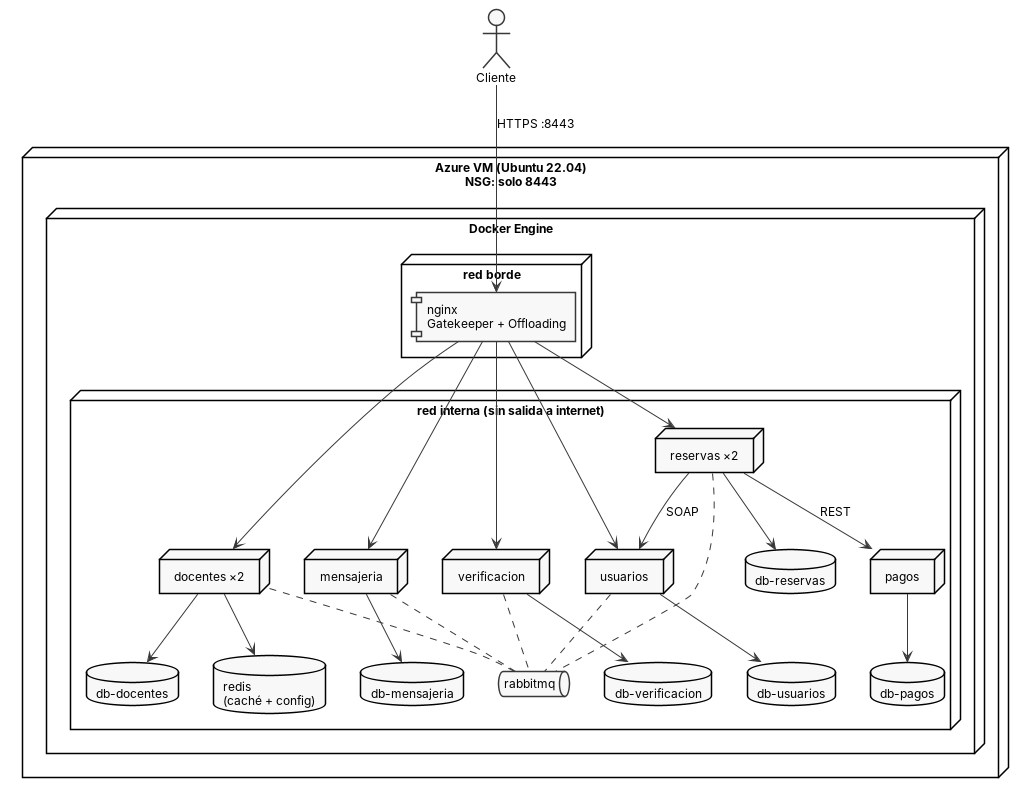
Earlier version of the PlantUML export docs/ut5/despliegue.png (SebastianCuneo/tutorYA). Its source is kept beside it as docs/ut5/despliegue.puml.
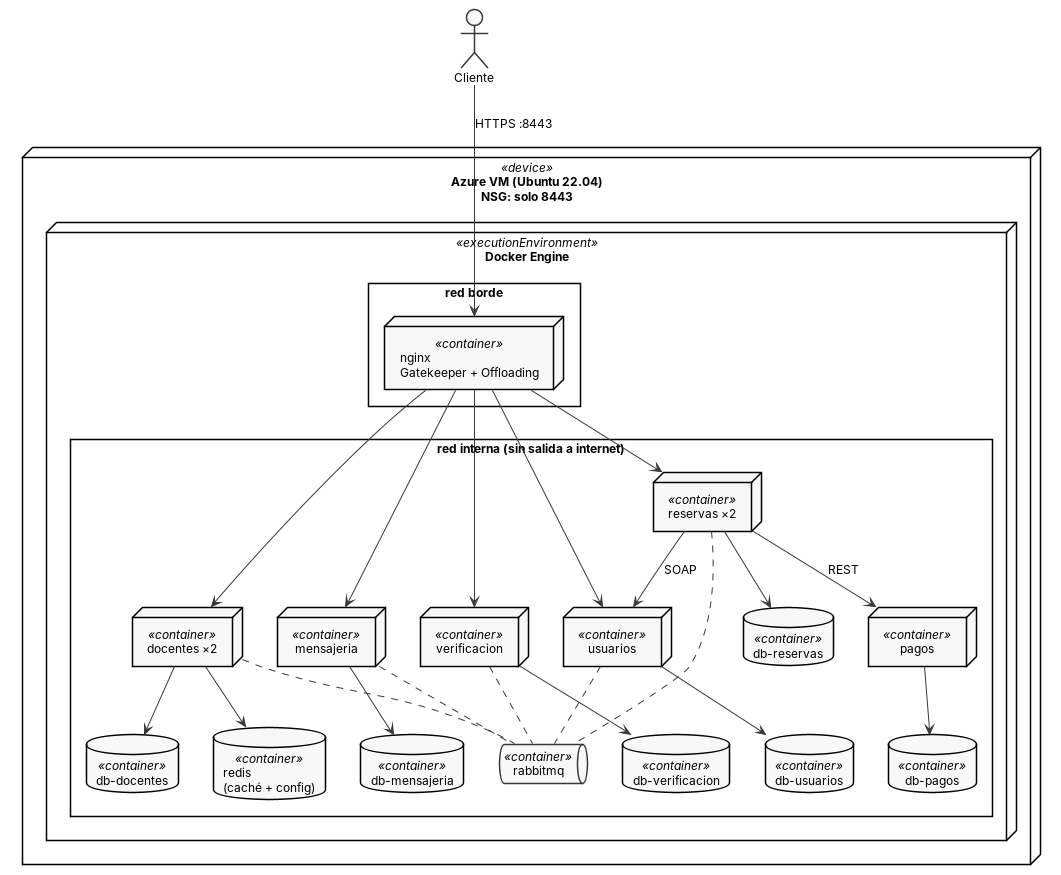
The same diagram one commit later.

Commit message:
UT5: diagrama de despliegue con estereotipos device, executionEnvironment y container

Claude-Session: https://claude.ai/code/session_01Mu2WUyvK3Cd1Sy9WUUAcde

The edit, as a diff of the source:
```diff
@@ -6,26 +6,26 @@
 skinparam backgroundColor white
 
 actor Cliente
-node "Azure VM (Ubuntu 22.04)\nNSG: solo 8443" as VM {
-  node "Docker Engine" as DE {
-    node "red borde" {
-      component "nginx\nGatekeeper + Offloading" as NG
+node "Azure VM (Ubuntu 22.04)\nNSG: solo 8443" <<device>> as VM {
+  node "Docker Engine" <<executionEnvironment>> as DE {
+    rectangle "red borde" {
+      node "nginx\nGatekeeper + Offloading" <<container>> as NG
     }
-    node "red interna (sin salida a internet)" {
-      node "usuarios" as cu
-      node "docentes ×2" as cd
-      node "mensajeria" as cm
-      node "verificacion" as cv
-      node "reservas ×2" as cr
-      node "pagos" as cp
-      database "db-usuarios" as du
-      database "db-docentes" as dd
-      database "db-mensajeria" as dm
-      database "db-verificacion" as dv
-      database "db-reservas" as dr
-      database "db-pagos" as dp
-      queue "rabbitmq" as mq
-      database "redis\n(caché + config)" as rd
+    rectangle "red interna (sin salida a internet)" {
+      node "usuarios" <<container>> as cu
+      node "docentes ×2" <<container>> as cd
+      node "mensajeria" <<container>> as cm
+      node "verificacion" <<container>> as cv
+      node "reservas ×2" <<container>> as cr
+      node "pagos" <<container>> as cp
+      database "db-usuarios" <<container>> as du
+      database "db-docentes" <<container>> as dd
+      database "db-mensajeria" <<container>> as dm
+      database "db-verificacion" <<container>> as dv
+      database "db-reservas" <<container>> as dr
+      database "db-pagos" <<container>> as dp
+      queue "rabbitmq" <<container>> as mq
+      database "redis\n(caché + config)" <<container>> as rd
     }
   }
 }
```
